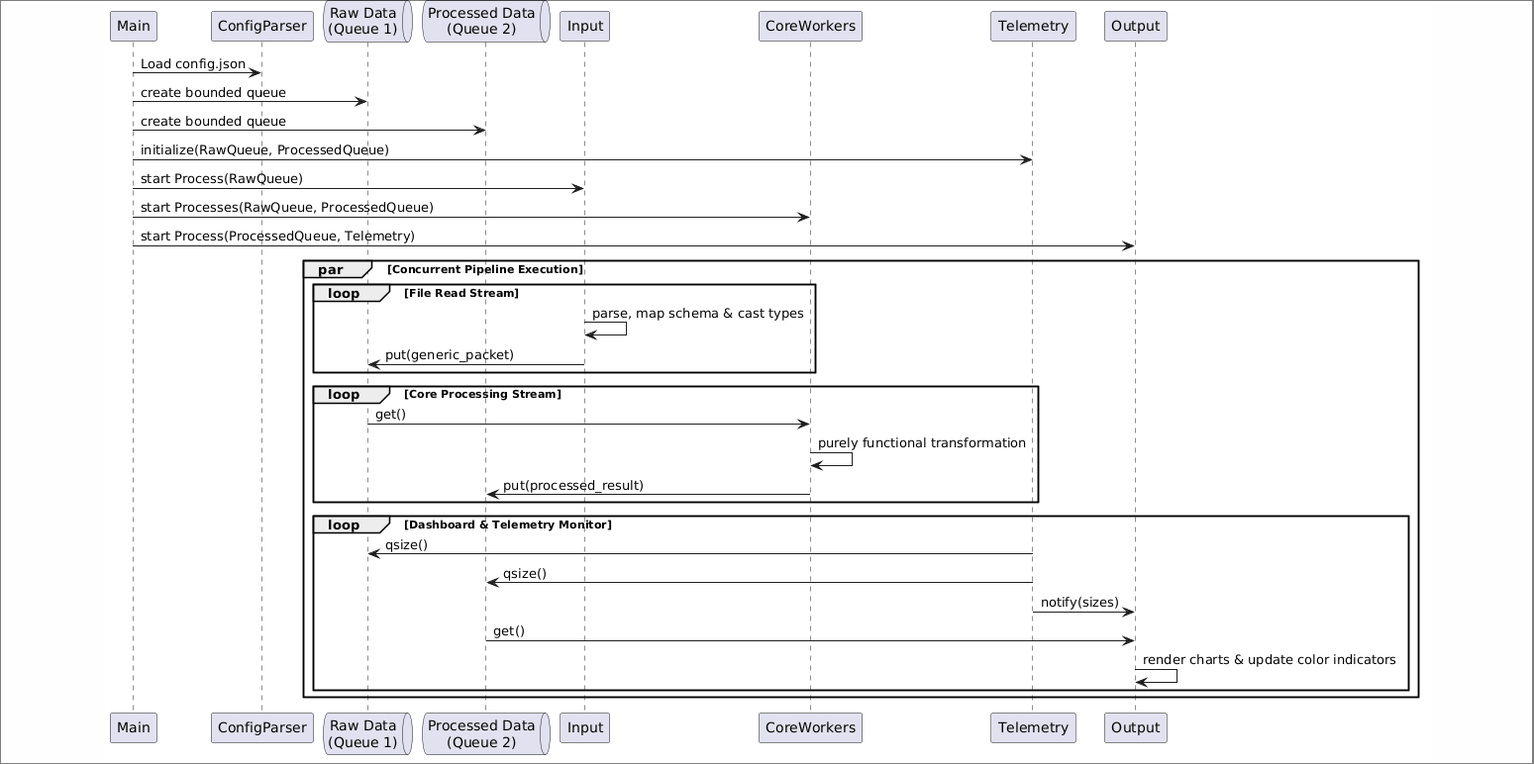
Before: sequenceDiagram.png, a diagram exported from PlantUML (MoosaTeam/Generic-Concurrent-Real-Time-Pipeline). Its source is kept beside it as sequenceDiagram.puml.
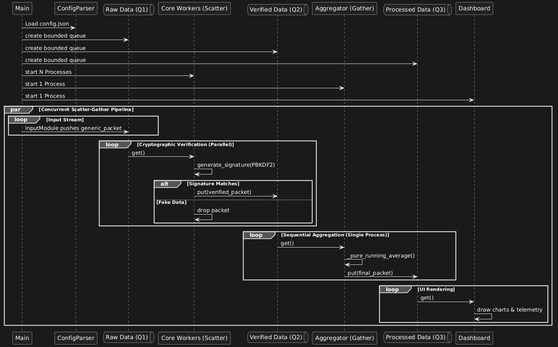
The same diagram one commit later.

Commit message:
Plant UML Changes

The edit, as a diff of the source:
```diff
@@ -1,39 +1,46 @@
 @startuml
 participant Main
 participant ConfigParser
-queue RawQueue as "Raw Data\n(Queue 1)"
-queue ProcessedQueue as "Processed Data\n(Queue 2)"
-participant Input
-participant CoreWorkers
-participant Telemetry
-participant Output
+queue RawQueue as "Raw Data (Q1)"
+participant CoreWorkers as "Core Workers (Scatter)"
+queue VerifiedQueue as "Verified Data (Q2)"
+participant Aggregator as "Aggregator (Gather)"
+queue ProcessedQueue as "Processed Data (Q3)"
+participant Output as "Dashboard"
 
 Main -> ConfigParser : Load config.json
 Main -> RawQueue : create bounded queue
+Main -> VerifiedQueue : create bounded queue
 Main -> ProcessedQueue : create bounded queue
-Main -> Telemetry : initialize(RawQueue, ProcessedQueue)
-Main -> Input : start Process(RawQueue)
-Main -> CoreWorkers : start Processes(RawQueue, ProcessedQueue)
-Main -> Output : start Process(ProcessedQueue, Telemetry)
 
-par Concurrent Pipeline Execution
-    loop File Read Stream
-        Input -> Input : parse, map schema & cast types
-        Input -> RawQueue : put(generic_packet)
+Main -> CoreWorkers : start N Processes
+Main -> Aggregator : start 1 Process
+Main -> Output : start 1 Process
+
+par Concurrent Scatter-Gather Pipeline
+    loop Input Stream
+        Main -> RawQueue : InputModule pushes generic_packet
     end
 
-    loop Core Processing Stream
+    loop Cryptographic Verification (Parallel)
         CoreWorkers <- RawQueue : get()
-        CoreWorkers -> CoreWorkers : purely functional transformation
-        CoreWorkers -> ProcessedQueue : put(processed_result)
+        CoreWorkers -> CoreWorkers : generate_signature(PBKDF2)
+        alt Signature Matches
+            CoreWorkers -> VerifiedQueue : put(verified_packet)
+        else Fake Data
+            CoreWorkers -> CoreWorkers : drop packet
+        end
     end
 
-    loop Dashboard & Telemetry Monitor
-        Telemetry -> RawQueue : qsize()
-        Telemetry -> ProcessedQueue : qsize()
-        Telemetry -> Output : notify(sizes)
+    loop Sequential Aggregation (Single Process)
+        Aggregator <- VerifiedQueue : get()
+        Aggregator -> Aggregator : _pure_running_average()
+        Aggregator -> ProcessedQueue : put(final_packet)
+    end
+
+    loop UI Rendering
         Output <- ProcessedQueue : get()
-        Output -> Output : render charts & update color indicators
+        Output -> Output : draw charts & telemetry
     end
 end
 @enduml
```
